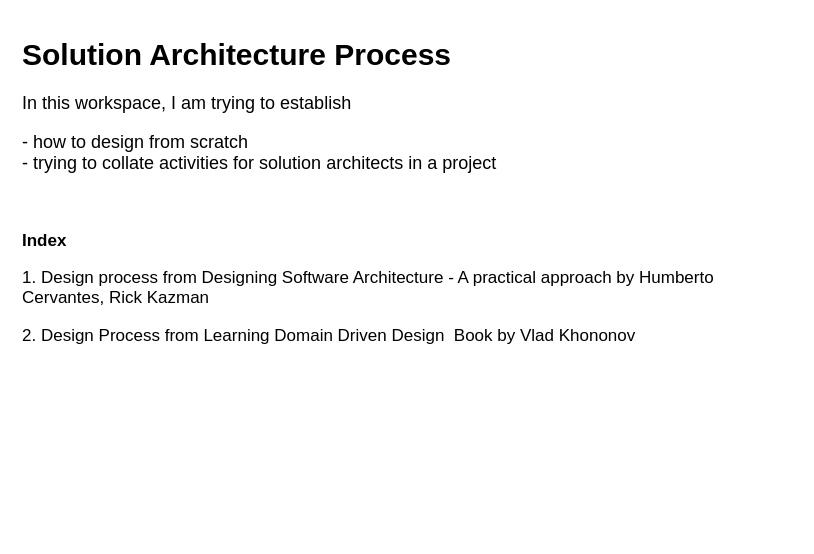
Earlier version of the draw.io diagram page "Index" (1 of 4) of SolutionArchitectureProcess.drawio (Gaur4vGaur/probable-octo). Source tidied: cells renumbered, new cells numbered last; positions are measured from the earlier drawing's top-left corner, leaving out a move shared by most shapes. Both pictures are drawn from the tidied source at 100%, with x=0, y=0 at pixel (17, 27).
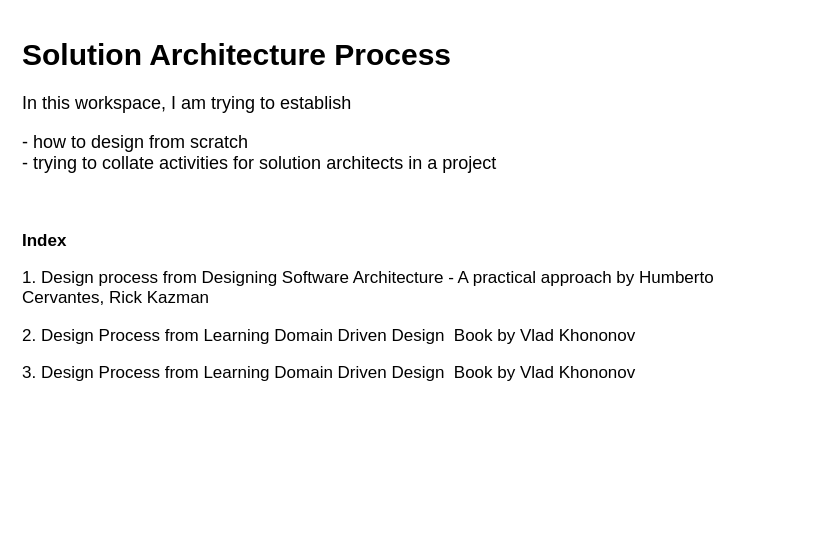
Above is the later version.

Diff of the diagram source:
```diff
@@
 <mxGraphModel>
   <root>
     <mxCell id="0" />
     <mxCell id="1" parent="0" />
-    <mxCell id="2" value="&lt;h1 style=&quot;font-size: 30px;&quot;&gt;&lt;font style=&quot;font-size: 30px;&quot;&gt;Solution Architecture Process&lt;/font&gt;&lt;/h1&gt;&lt;p style=&quot;&quot;&gt;&lt;font style=&quot;font-size: 18px;&quot;&gt;In this workspace, I am trying to establish&amp;nbsp;&lt;/font&gt;&lt;/p&gt;&lt;p style=&quot;font-size: 17px;&quot;&gt;&lt;font style=&quot;font-size: 18px;&quot;&gt;- how to design from scratch&lt;br&gt;- trying to collate activities for solution architects in a project&lt;/font&gt;&lt;/p&gt;&lt;p style=&quot;font-size: 17px;&quot;&gt;&lt;font style=&quot;font-size: 18px;&quot;&gt;&lt;br&gt;&lt;/font&gt;&lt;/p&gt;&lt;p style=&quot;font-size: 17px;&quot;&gt;&lt;b&gt;Index&lt;/b&gt;&lt;/p&gt;&lt;p style=&quot;font-size: 17px;&quot;&gt;1. Design process from Designing Software Architecture - A practical approach by Humberto Cervantes, Rick Kazman&lt;/p&gt;&lt;p style=&quot;font-size: 17px;&quot;&gt;2. Design Process from Learning Domain Driven Design&amp;nbsp;&amp;nbsp;Book by Vlad Khononov&lt;/p&gt;" style="text;html=1;strokeColor=none;fillColor=none;spacing=5;spacingTop=-20;whiteSpace=wrap;overflow=hidden;rounded=0;" parent="1" vertex="1">
+    <mxCell id="2" value="&lt;h1 style=&quot;font-size: 30px;&quot;&gt;&lt;font style=&quot;font-size: 30px;&quot;&gt;Solution Architecture Process&lt;/font&gt;&lt;/h1&gt;&lt;p style=&quot;&quot;&gt;&lt;font style=&quot;font-size: 18px;&quot;&gt;In this workspace, I am trying to establish&amp;nbsp;&lt;/font&gt;&lt;/p&gt;&lt;p style=&quot;font-size: 17px;&quot;&gt;&lt;font style=&quot;font-size: 18px;&quot;&gt;- how to design from scratch&lt;br&gt;- trying to collate activities for solution architects in a project&lt;/font&gt;&lt;/p&gt;&lt;p style=&quot;font-size: 17px;&quot;&gt;&lt;font style=&quot;font-size: 18px;&quot;&gt;&lt;br&gt;&lt;/font&gt;&lt;/p&gt;&lt;p style=&quot;font-size: 17px;&quot;&gt;&lt;b&gt;Index&lt;/b&gt;&lt;/p&gt;&lt;p style=&quot;font-size: 17px;&quot;&gt;1. Design process from Designing Software Architecture - A practical approach by Humberto Cervantes, Rick Kazman&lt;/p&gt;&lt;p style=&quot;font-size: 17px;&quot;&gt;2. Design Process from Learning Domain Driven Design&amp;nbsp;&amp;nbsp;Book by Vlad Khononov&lt;/p&gt;&lt;p style=&quot;font-size: 17px;&quot;&gt;3. Design Process from Learning Domain Driven Design&amp;nbsp;&amp;nbsp;Book by Vlad Khononov&lt;br&gt;&lt;/p&gt;" style="text;html=1;strokeColor=none;fillColor=none;spacing=5;spacingTop=-20;whiteSpace=wrap;overflow=hidden;rounded=0;" parent="1" vertex="1">
       <mxGeometry width="780" height="510" as="geometry" />
     </mxCell>
   </root>
 </mxGraphModel>
```
